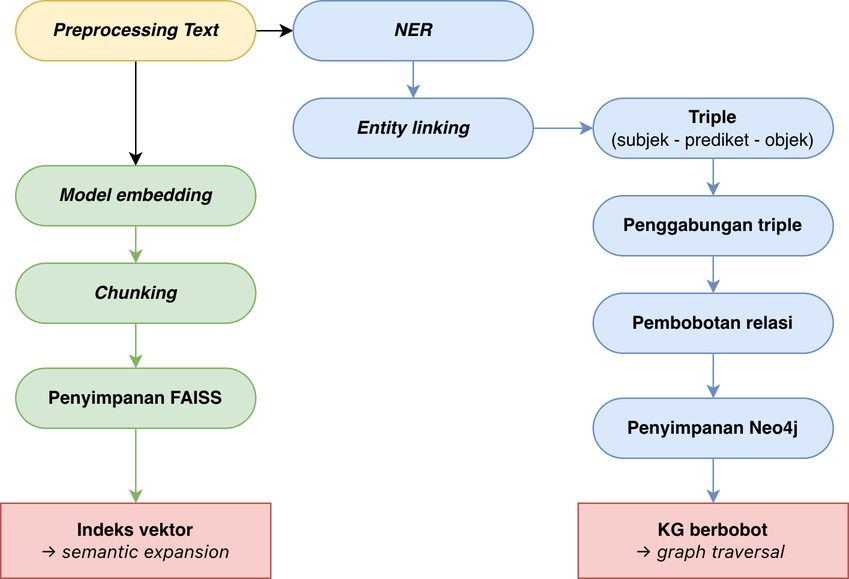
This is images/bab3_flowchart_konstruksi_kg.png from dartikaanie/Thesis_sord, a draw.io export, as it was before one commit. Source tidied: cells renumbered, new cells last; positions are measured from the earlier drawing's top-left corner, leaving out a move shared by most shapes.
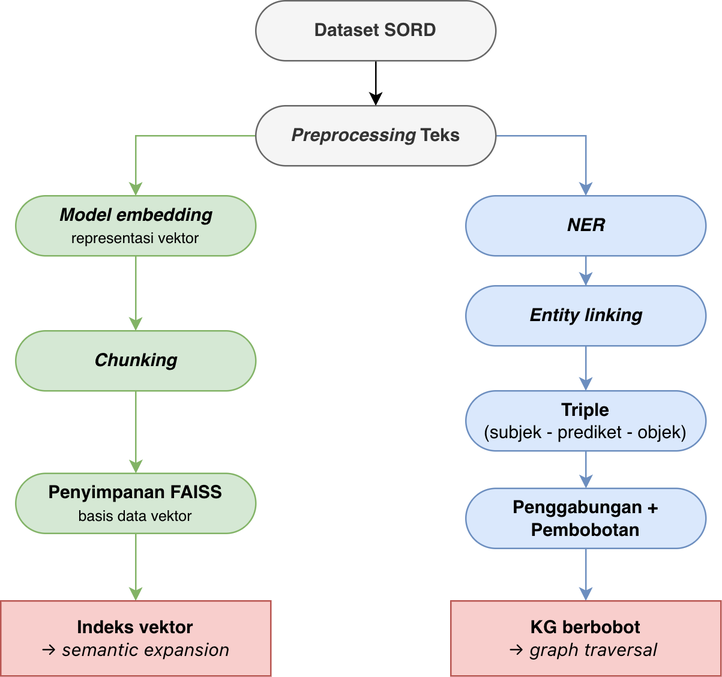
Later version of the same file.

The edit, as a diff of the source:
```diff
@@ -2,74 +2,68 @@
   <root>
     <mxCell id="0" />
     <mxCell id="1" parent="0" />
-    <mxCell id="2" style="edgeStyle=orthogonalEdgeStyle;rounded=0;jettySize=auto;html=1;" parent="1" edge="1" source="4" target="6">
+    <mxCell id="2" style="edgeStyle=orthogonalEdgeStyle;rounded=0;jettySize=auto;html=1;fillColor=#dae8fc;strokeColor=#6c8ebf;exitX=1;exitY=0.5;exitDx=0;exitDy=0;" parent="1" edge="1" source="4" target="6">
       <mxGeometry relative="1" as="geometry" />
     </mxCell>
-    <mxCell id="3" style="edgeStyle=orthogonalEdgeStyle;rounded=0;jettySize=auto;html=1;entryX=0.5;entryY=0;entryDx=0;entryDy=0;" parent="1" edge="1" source="4" target="18">
+    <mxCell id="3" style="edgeStyle=orthogonalEdgeStyle;rounded=0;jettySize=auto;html=1;entryX=0.5;entryY=0;entryDx=0;entryDy=0;fillColor=#d5e8d4;strokeColor=#82b366;exitX=0;exitY=0.5;exitDx=0;exitDy=0;" parent="1" edge="1" source="4" target="18">
       <mxGeometry relative="1" as="geometry" />
     </mxCell>
-    <mxCell id="4" value="&lt;i&gt;&lt;b&gt;Preprocessing Text&lt;br&gt;&lt;/b&gt;&lt;/i&gt;" style="rounded=1;whiteSpace=wrap;html=1;arcSize=50;fillColor=#fff2cc;strokeColor=#d6b656;" parent="1" vertex="1">
-      <mxGeometry x="10" width="160" height="40" as="geometry" />
+    <mxCell id="4" value="&lt;b style=&quot;&quot;&gt;&lt;i&gt;Preprocessing &lt;/i&gt;Teks&lt;br&gt;&lt;/b&gt;" style="rounded=1;whiteSpace=wrap;html=1;arcSize=50;fillColor=#f5f5f5;strokeColor=#666666;fontColor=#333333;" parent="1" vertex="1">
+      <mxGeometry x="220" y="-10" width="160" height="40" as="geometry" />
     </mxCell>
     <mxCell id="5" style="edgeStyle=orthogonalEdgeStyle;rounded=0;jettySize=auto;html=1;fillColor=#dae8fc;strokeColor=#6c8ebf;" parent="1" edge="1" source="6" target="8">
       <mxGeometry relative="1" as="geometry" />
     </mxCell>
     <mxCell id="6" value="&lt;i&gt;&lt;b&gt;NER&lt;br&gt;&lt;/b&gt;&lt;/i&gt;" style="rounded=1;whiteSpace=wrap;html=1;arcSize=50;fillColor=#dae8fc;strokeColor=#6c8ebf;" parent="1" vertex="1">
-      <mxGeometry x="195" width="160" height="40" as="geometry" />
+      <mxGeometry x="360" y="50" width="160" height="40" as="geometry" />
     </mxCell>
-    <mxCell id="7" style="edgeStyle=orthogonalEdgeStyle;rounded=0;jettySize=auto;html=1;entryX=0;entryY=0.5;entryDx=0;entryDy=0;fillColor=#dae8fc;strokeColor=#6c8ebf;" parent="1" edge="1" source="8" target="10">
+    <mxCell id="7" style="edgeStyle=orthogonalEdgeStyle;rounded=0;jettySize=auto;html=1;fillColor=#dae8fc;strokeColor=#6c8ebf;" parent="1" edge="1" source="8" target="10">
       <mxGeometry relative="1" as="geometry" />
     </mxCell>
     <mxCell id="8" value="&lt;i&gt;&lt;b&gt;Entity linking&lt;br&gt;&lt;/b&gt;&lt;/i&gt;" style="rounded=1;whiteSpace=wrap;html=1;arcSize=50;fillColor=#dae8fc;strokeColor=#6c8ebf;" parent="1" vertex="1">
-      <mxGeometry x="195" y="65" width="160" height="40" as="geometry" />
+      <mxGeometry x="360" y="110" width="160" height="40" as="geometry" />
     </mxCell>
-    <mxCell id="9" style="edgeStyle=orthogonalEdgeStyle;rounded=0;jettySize=auto;html=1;fillColor=#dae8fc;strokeColor=#6c8ebf;" parent="1" edge="1" source="10" target="12">
-      <mxGeometry relative="1" as="geometry" />
-    </mxCell>
+    <mxCell id="25" style="edgeStyle=orthogonalEdgeStyle;rounded=0;jettySize=auto;html=1;fillColor=#dae8fc;strokeColor=#6c8ebf;" parent="1" edge="1" source="10" target="14">
+      <mxGeometry relative="1" as="geometry" />
+    </mxCell>
     <mxCell id="10" value="&lt;b&gt;Triple&lt;/b&gt;&lt;br&gt;(subjek - prediket - objek)" style="whiteSpace=wrap;html=1;rounded=1;arcSize=50;fillColor=#dae8fc;strokeColor=#6c8ebf;" parent="1" vertex="1">
-      <mxGeometry x="395" y="65" width="160" height="40" as="geometry" />
+      <mxGeometry x="360" y="180" width="160" height="40" as="geometry" />
     </mxCell>
-    <mxCell id="11" style="edgeStyle=orthogonalEdgeStyle;rounded=0;jettySize=auto;html=1;fillColor=#dae8fc;strokeColor=#6c8ebf;" parent="1" edge="1" source="12" target="14">
-      <mxGeometry relative="1" as="geometry" />
-    </mxCell>
-    <mxCell id="12" value="&lt;b&gt;Penggabungan triple&lt;/b&gt;" style="whiteSpace=wrap;html=1;rounded=1;arcSize=50;fillColor=#dae8fc;strokeColor=#6c8ebf;" parent="1" vertex="1">
-      <mxGeometry x="395" y="130" width="160" height="40" as="geometry" />
-    </mxCell>
-    <mxCell id="13" style="edgeStyle=orthogonalEdgeStyle;rounded=0;jettySize=auto;html=1;fillColor=#dae8fc;strokeColor=#6c8ebf;" parent="1" edge="1" source="14" target="16">
+    <mxCell id="13" style="edgeStyle=orthogonalEdgeStyle;rounded=0;jettySize=auto;html=1;fillColor=#dae8fc;strokeColor=#6c8ebf;entryX=0.5;entryY=0;entryDx=0;entryDy=0;" parent="1" edge="1" source="14" target="23">
       <mxGeometry relative="1" as="geometry" />
     </mxCell>
-    <mxCell id="14" value="&lt;b&gt;Pembobotan relasi&lt;/b&gt;" style="whiteSpace=wrap;html=1;rounded=1;arcSize=50;fillColor=#dae8fc;strokeColor=#6c8ebf;" parent="1" vertex="1">
-      <mxGeometry x="395" y="195" width="160" height="40" as="geometry" />
+    <mxCell id="14" value="&lt;b&gt;Penggabungan + Pembobotan&lt;/b&gt;" style="whiteSpace=wrap;html=1;rounded=1;arcSize=50;fillColor=#dae8fc;strokeColor=#6c8ebf;" parent="1" vertex="1">
+      <mxGeometry x="360" y="245" width="160" height="40" as="geometry" />
     </mxCell>
-    <mxCell id="15" style="edgeStyle=orthogonalEdgeStyle;rounded=0;jettySize=auto;html=1;fillColor=#dae8fc;strokeColor=#6c8ebf;" parent="1" edge="1" source="16" target="23">
-      <mxGeometry relative="1" as="geometry" />
-    </mxCell>
-    <mxCell id="16" value="&lt;b&gt;Penyimpanan Neo4j&lt;/b&gt;" style="whiteSpace=wrap;html=1;rounded=1;arcSize=50;fillColor=#dae8fc;strokeColor=#6c8ebf;" parent="1" vertex="1">
-      <mxGeometry x="395" y="265" width="160" height="40" as="geometry" />
-    </mxCell>
     <mxCell id="17" style="edgeStyle=orthogonalEdgeStyle;rounded=0;jettySize=auto;html=1;fillColor=#d5e8d4;strokeColor=#82b366;" parent="1" edge="1" source="18" target="20">
       <mxGeometry relative="1" as="geometry" />
     </mxCell>
-    <mxCell id="18" value="&lt;b&gt;Model embedding&lt;/b&gt;" style="whiteSpace=wrap;html=1;rounded=1;arcSize=50;fillColor=#d5e8d4;strokeColor=#82b366;fontStyle=2;" parent="1" vertex="1">
-      <mxGeometry x="10" y="110" width="160" height="40" as="geometry" />
+    <mxCell id="18" value="&lt;b&gt;Model embedding&lt;/b&gt;&lt;br&gt;&lt;span style=&quot;font-style: normal;&quot;&gt;&lt;font style=&quot;font-size: 10px;&quot;&gt;representasi vektor&lt;/font&gt;&lt;/span&gt;" style="whiteSpace=wrap;html=1;rounded=1;arcSize=50;fillColor=#d5e8d4;strokeColor=#82b366;fontStyle=2;" parent="1" vertex="1">
+      <mxGeometry x="60" y="50" width="160" height="40" as="geometry" />
     </mxCell>
     <mxCell id="19" style="edgeStyle=orthogonalEdgeStyle;rounded=0;jettySize=auto;html=1;fillColor=#d5e8d4;strokeColor=#82b366;" parent="1" edge="1" source="20" target="22">
       <mxGeometry relative="1" as="geometry" />
     </mxCell>
     <mxCell id="20" value="&lt;b&gt;Chunking&lt;/b&gt;" style="whiteSpace=wrap;html=1;rounded=1;arcSize=50;fillColor=#d5e8d4;strokeColor=#82b366;fontStyle=2;" parent="1" vertex="1">
-      <mxGeometry x="10" y="175" width="160" height="40" as="geometry" />
+      <mxGeometry x="60" y="140" width="160" height="40" as="geometry" />
     </mxCell>
     <mxCell id="21" style="edgeStyle=orthogonalEdgeStyle;rounded=0;jettySize=auto;html=1;entryX=0.5;entryY=0;entryDx=0;entryDy=0;fillColor=#d5e8d4;strokeColor=#82b366;" parent="1" edge="1" source="22" target="24">
       <mxGeometry relative="1" as="geometry" />
     </mxCell>
-    <mxCell id="22" value="&lt;b&gt;Penyimpanan FAISS&lt;/b&gt;" style="whiteSpace=wrap;html=1;rounded=1;arcSize=50;fillColor=#d5e8d4;strokeColor=#82b366;" parent="1" vertex="1">
-      <mxGeometry x="10" y="245" width="160" height="40" as="geometry" />
+    <mxCell id="22" value="&lt;b&gt;Penyimpanan FAISS&lt;/b&gt;&lt;br&gt;&lt;font style=&quot;font-size: 10px;&quot;&gt;basis data vektor&lt;/font&gt;" style="whiteSpace=wrap;html=1;rounded=1;arcSize=50;fillColor=#d5e8d4;strokeColor=#82b366;" parent="1" vertex="1">
+      <mxGeometry x="60" y="235" width="160" height="40" as="geometry" />
     </mxCell>
     <mxCell id="23" value="&lt;b&gt;KG berbobot&lt;br&gt;&lt;/b&gt;&lt;span style=&quot;font-family: &amp;quot;Anthropic Sans&amp;quot;, -apple-system, &amp;quot;system-ui&amp;quot;, &amp;quot;Segoe UI&amp;quot;, sans-serif; text-align: start; white-space: nowrap;&quot;&gt;→ &lt;i&gt;graph traversal&lt;/i&gt;&amp;nbsp;&lt;/span&gt;&lt;b&gt;&lt;/b&gt;" style="whiteSpace=wrap;html=1;rounded=1;arcSize=0;fillColor=#f8cecc;strokeColor=#b85450;" parent="1" vertex="1">
-      <mxGeometry x="385" y="335" width="180" height="50" as="geometry" />
+      <mxGeometry x="350" y="320" width="180" height="50" as="geometry" />
     </mxCell>
     <mxCell id="24" value="&lt;b&gt;Indeks vektor&lt;br&gt;&lt;/b&gt;&lt;span style=&quot;font-family: &amp;quot;Anthropic Sans&amp;quot;, -apple-system, &amp;quot;system-ui&amp;quot;, &amp;quot;Segoe UI&amp;quot;, sans-serif; text-align: start; white-space: nowrap;&quot;&gt;→ &lt;i&gt;semantic expansion&lt;/i&gt;&lt;/span&gt;&lt;b&gt;&lt;/b&gt;" style="whiteSpace=wrap;html=1;rounded=1;arcSize=0;fillColor=#f8cecc;strokeColor=#b85450;" parent="1" vertex="1">
-      <mxGeometry y="335" width="180" height="50" as="geometry" />
+      <mxGeometry x="50" y="320" width="180" height="50" as="geometry" />
     </mxCell>
+    <mxCell id="26" style="edgeStyle=orthogonalEdgeStyle;rounded=0;jettySize=auto;html=1;" parent="1" edge="1" source="27" target="4">
+      <mxGeometry relative="1" as="geometry" />
+    </mxCell>
+    <mxCell id="27" value="&lt;b style=&quot;&quot;&gt;Dataset SORD&lt;br&gt;&lt;/b&gt;" style="rounded=1;whiteSpace=wrap;html=1;arcSize=50;fillColor=#f5f5f5;strokeColor=#666666;fontColor=#333333;" parent="1" vertex="1">
+      <mxGeometry x="220" y="-80" width="160" height="40" as="geometry" />
+    </mxCell>
   </root>
 </mxGraphModel>
```
